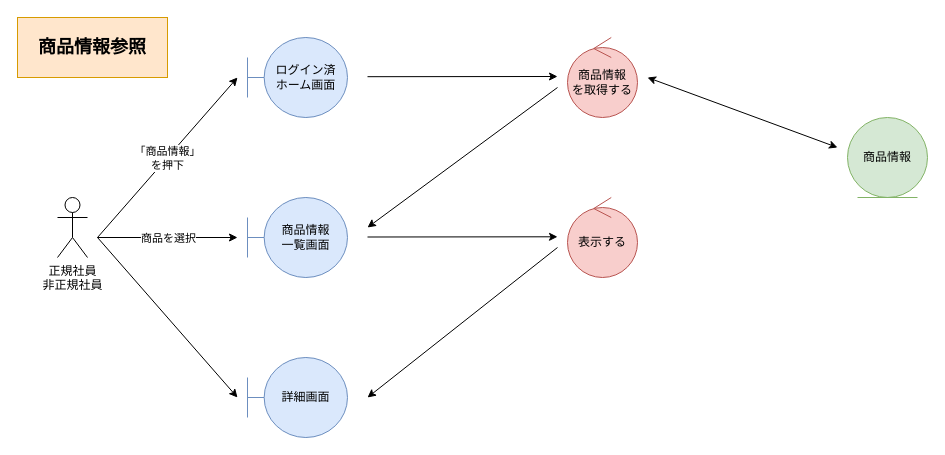
Earlier version of the draw.io diagram page "*商品情報参照" (2 of 6) of 各種設計書/3ロバストネス図/商品情報管理/F07在庫.drawio (HaruShim/Sotuken). Source tidied: cells renumbered, new cells numbered last; positions are measured from the earlier drawing's top-left corner, leaving out a move shared by most shapes. Both pictures are drawn from the tidied source at 100%, with x=0, y=0 at pixel (17, 17).
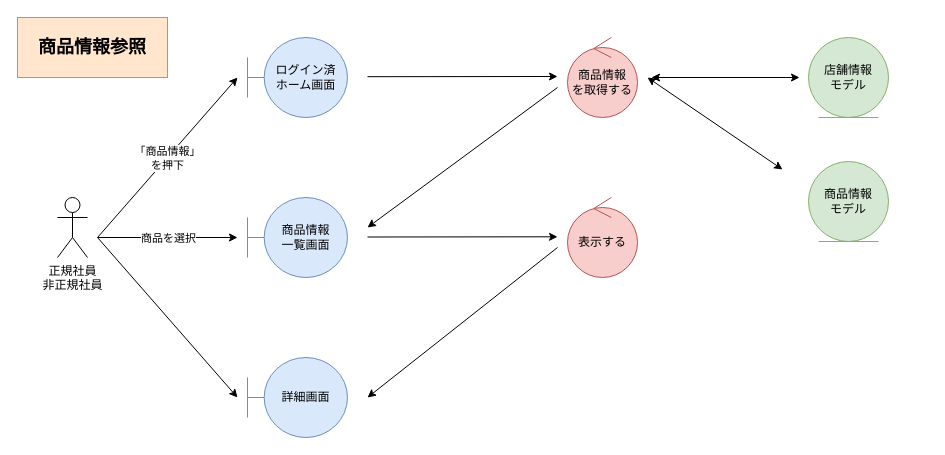
After the change.

What changed in the source:
```diff
@@
-    <mxCell id="6" value="商品情報" style="ellipse;shape=umlEntity;whiteSpace=wrap;html=1;fillColor=#d5e8d4;strokeColor=#82b366;" parent="1" vertex="1">
-      <mxGeometry x="830" y="100" width="80" height="80" as="geometry" />
+    <mxCell id="6" value="店舗情報&lt;br&gt;モデル" style="ellipse;shape=umlEntity;whiteSpace=wrap;html=1;fillColor=#d5e8d4;strokeColor=#82b366;" parent="1" vertex="1">
+      <mxGeometry x="791" y="20" width="80" height="80" as="geometry" />
     </mxCell>
@@
     <mxCell id="12" style="endArrow=classic;html=1;rounded=0;startArrow=classic;startFill=1;" parent="1" edge="1">
       <mxGeometry relative="1" as="geometry">
         <mxPoint x="630" y="60" as="sourcePoint" />
-        <mxPoint x="820" y="130" as="targetPoint" />
+        <mxPoint x="765" y="152" as="targetPoint" />
       </mxGeometry>
     </mxCell>
@@
+    <mxCell id="20" value="商品情報&lt;br&gt;モデル" style="ellipse;shape=umlEntity;whiteSpace=wrap;html=1;fillColor=#d5e8d4;strokeColor=#82b366;" parent="1" vertex="1">
+      <mxGeometry x="791" y="144" width="80" height="80" as="geometry" />
+    </mxCell>
+    <mxCell id="21" style="endArrow=classic;html=1;rounded=0;startArrow=classic;startFill=1;" parent="1" edge="1">
+      <mxGeometry relative="1" as="geometry">
+        <mxPoint x="634" y="60" as="sourcePoint" />
+        <mxPoint x="782" y="60" as="targetPoint" />
+      </mxGeometry>
+    </mxCell>
```
